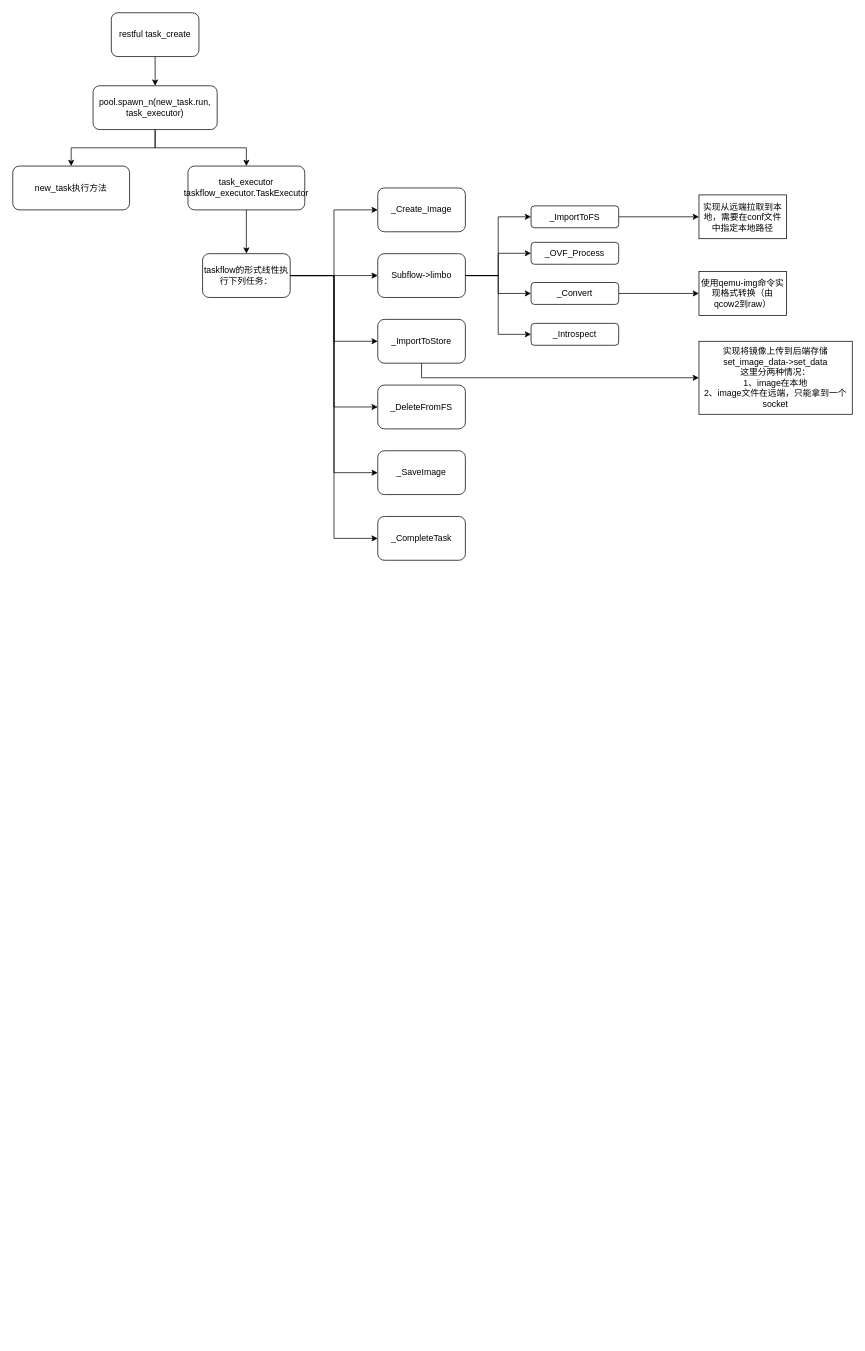
Before: tasks执行流程.drawio in AndyLee130827/draw_io, a draw.io diagram. Source tidied: cells renumbered, new cells numbered last; positions are measured from the earlier drawing's top-left corner, leaving out a move shared by most shapes. Both pictures are drawn from the tidied source at 73%, with x=0, y=0 at pixel (12, 12).
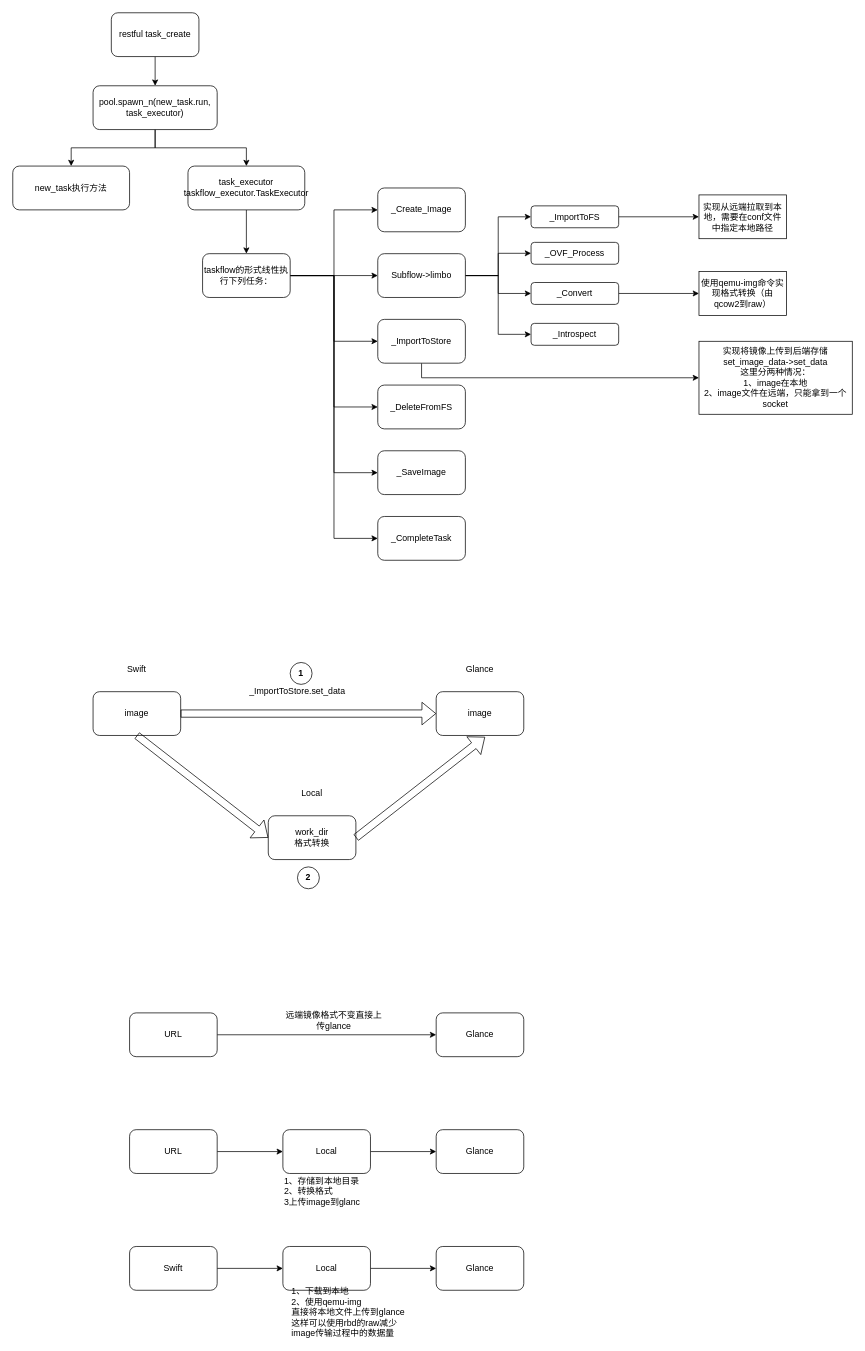
The same page after the edit.

Commit message:
已添加 tasks执行流程.drawio

Change to the diagram source:
```diff
@@
+    <mxCell id="37" value="image" style="rounded=1;whiteSpace=wrap;html=1;" parent="1" vertex="1">
+      <mxGeometry x="110" y="930" width="120" height="60" as="geometry" />
+    </mxCell>
+    <mxCell id="38" value="Swift" style="text;html=1;strokeColor=none;fillColor=none;align=center;verticalAlign=middle;whiteSpace=wrap;rounded=0;" parent="1" vertex="1">
+      <mxGeometry x="120" y="890" width="100" height="20" as="geometry" />
+    </mxCell>
+    <mxCell id="39" value="work_dir&lt;br&gt;格式转换" style="rounded=1;whiteSpace=wrap;html=1;" parent="1" vertex="1">
+      <mxGeometry x="350" y="1100" width="120" height="60" as="geometry" />
+    </mxCell>
+    <mxCell id="40" value="Local" style="text;html=1;strokeColor=none;fillColor=none;align=center;verticalAlign=middle;whiteSpace=wrap;rounded=0;" parent="1" vertex="1">
+      <mxGeometry x="390" y="1060" width="40" height="20" as="geometry" />
+    </mxCell>
+    <mxCell id="41" value="image" style="rounded=1;whiteSpace=wrap;html=1;" parent="1" vertex="1">
+      <mxGeometry x="580" y="930" width="120" height="60" as="geometry" />
+    </mxCell>
+    <mxCell id="42" value="Glance" style="text;html=1;strokeColor=none;fillColor=none;align=center;verticalAlign=middle;whiteSpace=wrap;rounded=0;" parent="1" vertex="1">
+      <mxGeometry x="590" y="890" width="100" height="20" as="geometry" />
+    </mxCell>
+    <mxCell id="43" style="shape=flexArrow;endArrow=classic;html=1;entryX=0;entryY=0.5;entryDx=0;entryDy=0;" parent="1" edge="1" target="41">
+      <mxGeometry relative="1" as="geometry">
+        <mxPoint x="230" y="960" as="sourcePoint" />
+      </mxGeometry>
+    </mxCell>
+    <mxCell id="44" style="shape=flexArrow;endArrow=classic;html=1;entryX=0;entryY=0.5;entryDx=0;entryDy=0;exitX=0.5;exitY=1;exitDx=0;exitDy=0;" parent="1" edge="1" source="37" target="39">
+      <mxGeometry relative="1" as="geometry" />
+    </mxCell>
+    <mxCell id="45" style="shape=flexArrow;endArrow=classic;html=1;entryX=0.558;entryY=1.033;entryDx=0;entryDy=0;entryPerimeter=0;exitX=1;exitY=0.5;exitDx=0;exitDy=0;" parent="1" edge="1" source="39" target="41">
+      <mxGeometry relative="1" as="geometry" />
+    </mxCell>
+    <mxCell id="46" value="_ImportToStore.set_data" style="text;html=1;strokeColor=none;fillColor=none;align=center;verticalAlign=middle;whiteSpace=wrap;rounded=0;" parent="1" vertex="1">
+      <mxGeometry x="370" y="920" width="40" height="20" as="geometry" />
+    </mxCell>
+    <mxCell id="47" value="&lt;b&gt;1&lt;/b&gt;" style="ellipse;whiteSpace=wrap;html=1;" parent="1" vertex="1">
+      <mxGeometry x="380" y="890" width="30" height="30" as="geometry" />
+    </mxCell>
+    <mxCell id="48" value="&lt;b&gt;2&lt;/b&gt;" style="ellipse;whiteSpace=wrap;html=1;" parent="1" vertex="1">
+      <mxGeometry x="390" y="1170" width="30" height="30" as="geometry" />
+    </mxCell>
+    <mxCell id="49" style="edgeStyle=orthogonalEdgeStyle;rounded=0;jettySize=auto;html=1;entryX=0;entryY=0.5;entryDx=0;entryDy=0;" parent="1" edge="1" source="50" target="51">
+      <mxGeometry relative="1" as="geometry" />
+    </mxCell>
+    <mxCell id="50" value="URL" style="rounded=1;whiteSpace=wrap;html=1;" parent="1" vertex="1">
+      <mxGeometry x="160" y="1370" width="120" height="60" as="geometry" />
+    </mxCell>
+    <mxCell id="51" value="Glance" style="rounded=1;whiteSpace=wrap;html=1;" parent="1" vertex="1">
+      <mxGeometry x="580" y="1370" width="120" height="60" as="geometry" />
+    </mxCell>
+    <mxCell id="52" value="远端镜像格式不变直接上传glance" style="text;html=1;strokeColor=none;fillColor=none;align=center;verticalAlign=middle;whiteSpace=wrap;rounded=0;" parent="1" vertex="1">
+      <mxGeometry x="370" y="1370" width="140" height="20" as="geometry" />
+    </mxCell>
+    <mxCell id="53" style="edgeStyle=orthogonalEdgeStyle;rounded=0;jettySize=auto;html=1;entryX=0;entryY=0.5;entryDx=0;entryDy=0;" parent="1" edge="1" source="54" target="56">
+      <mxGeometry relative="1" as="geometry" />
+    </mxCell>
+    <mxCell id="54" value="URL" style="rounded=1;whiteSpace=wrap;html=1;" parent="1" vertex="1">
+      <mxGeometry x="160" y="1530" width="120" height="60" as="geometry" />
+    </mxCell>
+    <mxCell id="55" style="edgeStyle=orthogonalEdgeStyle;rounded=0;jettySize=auto;html=1;" parent="1" edge="1" source="56" target="57">
+      <mxGeometry relative="1" as="geometry" />
+    </mxCell>
+    <mxCell id="56" value="Local" style="rounded=1;whiteSpace=wrap;html=1;" parent="1" vertex="1">
+      <mxGeometry x="370" y="1530" width="120" height="60" as="geometry" />
+    </mxCell>
+    <mxCell id="57" value="Glance" style="rounded=1;whiteSpace=wrap;html=1;" parent="1" vertex="1">
+      <mxGeometry x="580" y="1530" width="120" height="60" as="geometry" />
+    </mxCell>
+    <mxCell id="58" value="1、存储到本地目录&lt;br&gt;2、转换格式&lt;br&gt;3上传image到glanc" style="text;html=1;strokeColor=none;fillColor=none;align=left;verticalAlign=middle;whiteSpace=wrap;rounded=0;" parent="1" vertex="1">
+      <mxGeometry x="370" y="1590" width="152.5" height="50" as="geometry" />
+    </mxCell>
+    <mxCell id="59" style="edgeStyle=orthogonalEdgeStyle;rounded=0;jettySize=auto;html=1;entryX=0;entryY=0.5;entryDx=0;entryDy=0;" parent="1" edge="1" source="60" target="62">
+      <mxGeometry relative="1" as="geometry" />
+    </mxCell>
+    <mxCell id="60" value="Swift" style="rounded=1;whiteSpace=wrap;html=1;" parent="1" vertex="1">
+      <mxGeometry x="160" y="1690" width="120" height="60" as="geometry" />
+    </mxCell>
+    <mxCell id="61" style="edgeStyle=orthogonalEdgeStyle;rounded=0;jettySize=auto;html=1;entryX=0;entryY=0.5;entryDx=0;entryDy=0;" parent="1" edge="1" source="62" target="63">
+      <mxGeometry relative="1" as="geometry" />
+    </mxCell>
+    <mxCell id="62" value="Local" style="rounded=1;whiteSpace=wrap;html=1;" parent="1" vertex="1">
+      <mxGeometry x="370" y="1690" width="120" height="60" as="geometry" />
+    </mxCell>
+    <mxCell id="63" value="Glance" style="rounded=1;whiteSpace=wrap;html=1;" parent="1" vertex="1">
+      <mxGeometry x="580" y="1690" width="120" height="60" as="geometry" />
+    </mxCell>
+    <mxCell id="64" value="1、下载到本地&lt;br&gt;2、使用qemu-img&lt;br&gt;直接将本地文件上传到glance&lt;br&gt;这样可以使用rbd的raw减少image传输过程中的数据量" style="text;html=1;strokeColor=none;fillColor=none;align=left;verticalAlign=middle;whiteSpace=wrap;rounded=0;" parent="1" vertex="1">
+      <mxGeometry x="380" y="1770" width="170" height="20" as="geometry" />
+    </mxCell>
```
